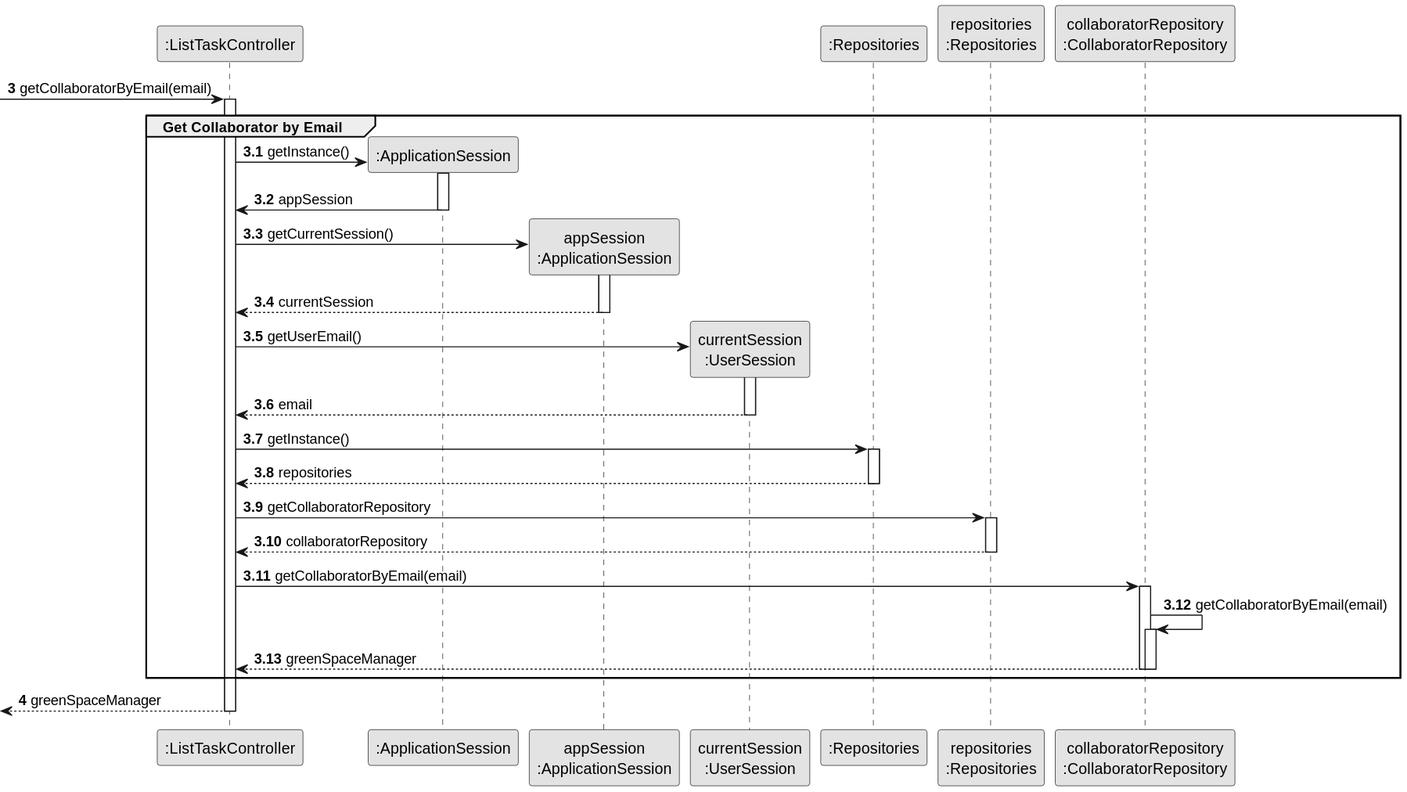
Earlier version of the PlantUML export docs/sprintC/us027/03.design/svg/us027-sequence-diagram-partial-get-GSM-by-email.svg (diogoveirospro/lei-24-s2-1dg-g072). The source it was exported from:
```plantuml
@startuml
skinparam monochrome true
skinparam packageStyle rectangle
skinparam shadowing false

autonumber


participant ":ListTaskController" as CTRL
participant ":ApplicationSession" as _APP
participant "appSession\n:ApplicationSession" as APP
participant "currentSession\n:UserSession" as SESSION
participant ":Repositories" as RepositorySingleton
participant "repositories\n:Repositories" as REP
participant "collaboratorRepository\n:CollaboratorRepository" as collaboratorRepository

autonumber 3

 -> CTRL : getCollaboratorByEmail(email)
autonumber 3.1
activate CTRL
    group Get Collaborator by Email

        CTRL -> _APP**: getInstance()
                   activate _APP

                        _APP -> CTRL: appSession
                   deactivate _APP

                   CTRL -> APP**: getCurrentSession()
                   activate APP

                        APP --> CTRL: currentSession
                   deactivate APP

                   CTRL -> SESSION**: getUserEmail()
                   activate SESSION

                        SESSION --> CTRL: email
                   deactivate SESSION
        CTRL -> RepositorySingleton: getInstance()
        activate RepositorySingleton

            RepositorySingleton --> CTRL: repositories
        deactivate RepositorySingleton

        CTRL -> REP: getCollaboratorRepository
        activate REP

            REP --> CTRL: collaboratorRepository
        deactivate REP

        CTRL -> collaboratorRepository: getCollaboratorByEmail(email)
        activate collaboratorRepository

            collaboratorRepository -> collaboratorRepository: getCollaboratorByEmail(email)
            activate collaboratorRepository

                collaboratorRepository --> CTRL: greenSpaceManager
            deactivate collaboratorRepository

        deactivate collaboratorRepository

    end
    autonumber 4
        <-- CTRL  : greenSpaceManager
deactivate CTRL
@enduml
```
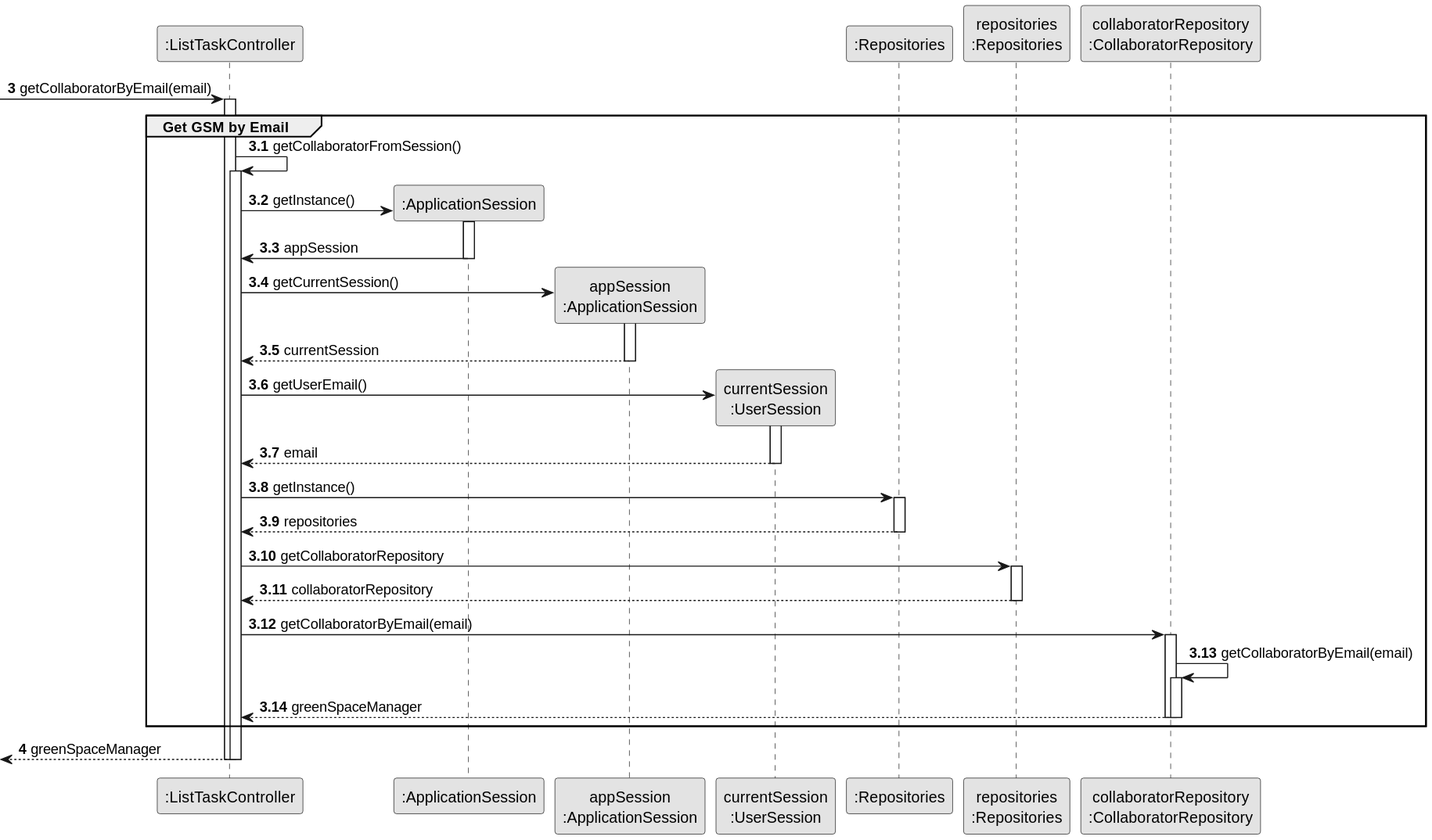
Later version of the same file.

What changed in the source:
```diff
@@ -19,7 +19,10 @@
  -> CTRL : getCollaboratorByEmail(email)
 autonumber 3.1
 activate CTRL
-    group Get Collaborator by Email
+    group Get GSM by Email
+
+        CTRL -> CTRL : getCollaboratorFromSession()
+        activate CTRL
 
         CTRL -> _APP**: getInstance()
                    activate _APP
@@ -65,4 +68,6 @@
     autonumber 4
         <-- CTRL  : greenSpaceManager
 deactivate CTRL
+
+deactivate CTRL
 @enduml
```
